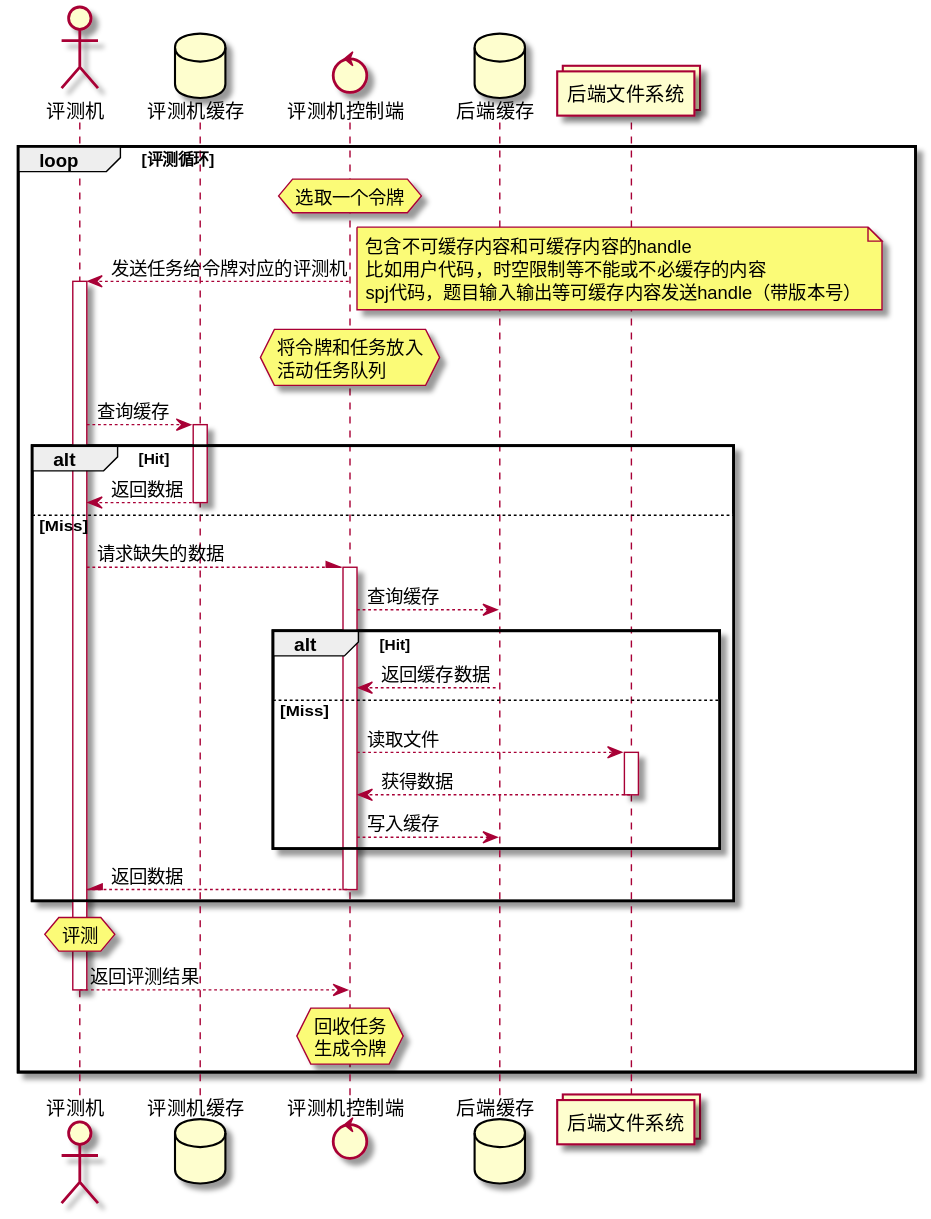
This is DesignDocs/Section2-InnerProtocol/plantumlsrc/time-graph-judge-loop.svg from ThinkSpiritLab/Heng, a PlantUML export, as it was before one commit. The source it was exported from:
```plantuml
@startuml
scale 1
actor "评测机" as j
database "评测机缓存" as jb
control "评测机控制端" as b
database "后端缓存" as bb
collections "后端文件系统" as bfs
loop 评测循环
hnote over b : 选取一个令牌
j <-- b : 发送任务给令牌对应的评测机
hnote over b : 将令牌和任务放入\n活动任务队列
activate j
note right
包含不可缓存内容和可缓存内容的handle
比如用户代码，时空限制等不能或不必缓存的内容
spj代码，题目输入输出等可缓存内容发送handle（带版本号）
endnote
j --> jb : 查询缓存
activate jb
alt Hit
jb --> j : 返回数据
deactivate jb
else Miss
j --\ b : 请求缺失的数据
activate b
b --> bb : 查询缓存
alt Hit
bb --> b : 返回缓存数据
else Miss
b --> bfs : 读取文件
activate bfs
bfs --> b : 获得数据
deactivate bfs
b --> bb : 写入缓存
end
b --\ j : 返回数据
deactivate b
end
hnote over j : 评测
j --> b : 返回评测结果
hnote over b : 回收任务\n生成令牌
deactivate j
end
@enduml
```
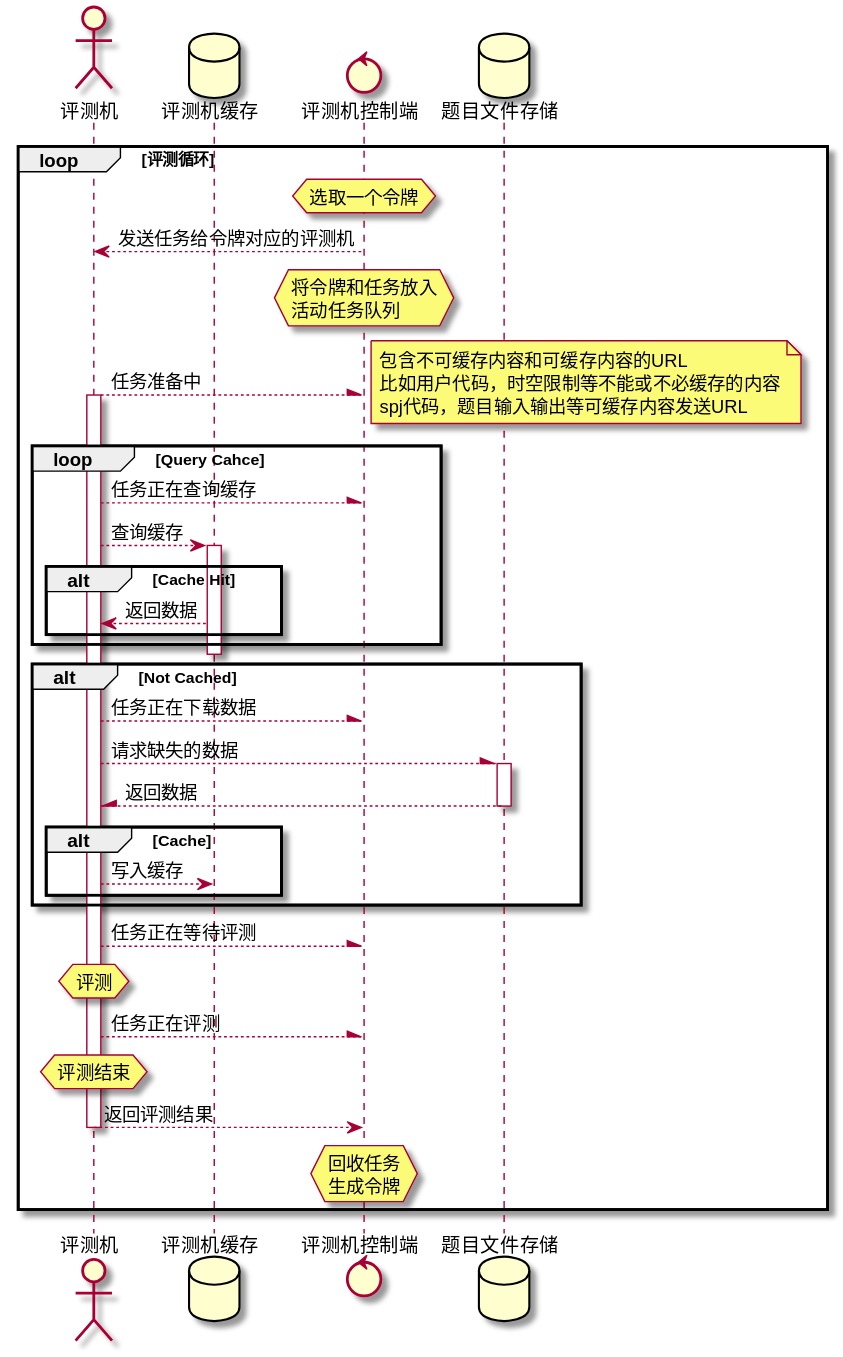
After the change.

Change to the diagram source:
```diff
@@ -3,40 +3,41 @@
 actor "评测机" as j
 database "评测机缓存" as jb
 control "评测机控制端" as b
-database "后端缓存" as bb
-collections "后端文件系统" as bfs
+database "题目文件存储" as oss
 loop 评测循环
 hnote over b : 选取一个令牌
 j <-- b : 发送任务给令牌对应的评测机
 hnote over b : 将令牌和任务放入\n活动任务队列
+j --\ b : 任务准备中
 activate j
 note right
-包含不可缓存内容和可缓存内容的handle
+包含不可缓存内容和可缓存内容的URL
 比如用户代码，时空限制等不能或不必缓存的内容
-spj代码，题目输入输出等可缓存内容发送handle（带版本号）
+spj代码，题目输入输出等可缓存内容发送URL
 endnote
+loop Query Cahce
+j --\ b : 任务正在查询缓存
 j --> jb : 查询缓存
 activate jb
-alt Hit
+alt Cache Hit
 jb --> j : 返回数据
+end
+end
 deactivate jb
-else Miss
-j --\ b : 请求缺失的数据
-activate b
-b --> bb : 查询缓存
-alt Hit
-bb --> b : 返回缓存数据
-else Miss
-b --> bfs : 读取文件
-activate bfs
-bfs --> b : 获得数据
-deactivate bfs
-b --> bb : 写入缓存
+alt Not Cached
+j --\ b : 任务正在下载数据
+j --\ oss : 请求缺失的数据
+activate oss
+oss --\ j : 返回数据
+deactivate oss
+alt Cache
+j --> jb : 写入缓存
 end
-b --\ j : 返回数据
-deactivate b
 end
+j --\ b : 任务正在等待评测
 hnote over j : 评测
+j --\ b : 任务正在评测
+hnote over j : 评测结束
 j --> b : 返回评测结果
 hnote over b : 回收任务\n生成令牌
 deactivate j
```
